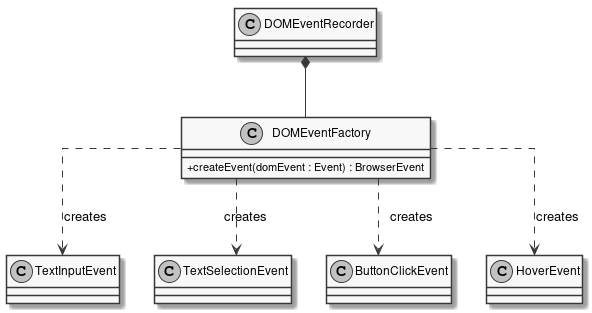
insightmind/MORR keeps this PlantUML diagram as documents/sd/resources/Classes/BrowserExtension/Content/DOMEventFactory.png. Above is the earlier version.
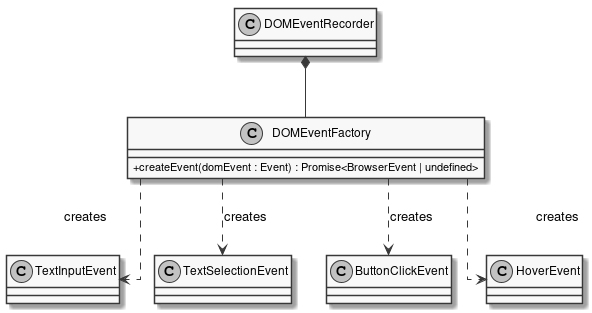
After the commit.

Diff of the diagram source:
```diff
@@ -3,7 +3,7 @@
 skinparam monochrome true
 skinparam classAttributeIconSize 0
 class DOMEventFactory {
-	+ createEvent(domEvent : Event) : BrowserEvent
+	+ createEvent(domEvent : Event) : Promise<BrowserEvent | undefined>
 }
 DOMEventRecorder *-- DOMEventFactory
 DOMEventFactory .DOWN.> TextInputEvent : creates
```
